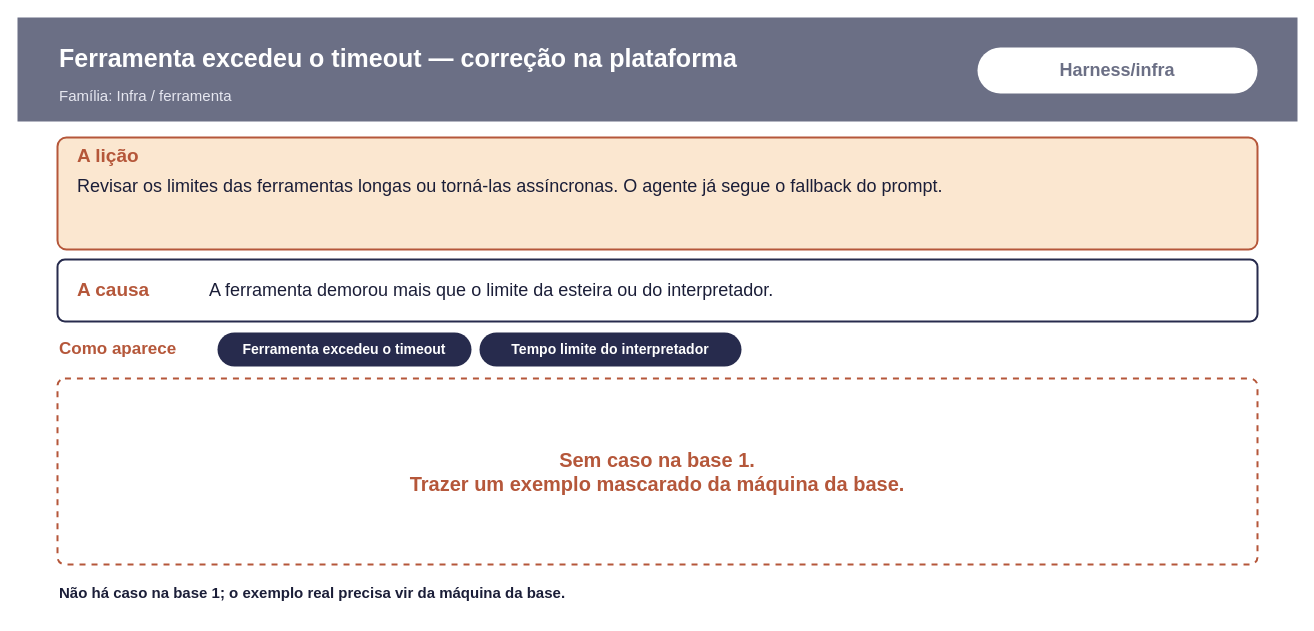
Above: page "Ferramenta excedeu o timeout" (5 of 19) of docs/sources/draw.io/anexo_fichas_unidades.drawio in rc-ventura/memory_layer_ai_agents (draw.io), before the change. Source tidied: cells renumbered, new cells numbered last; positions are measured from the earlier drawing's top-left corner, leaving out a move shared by most shapes. Both pictures are drawn from the tidied source at 100%, with x=0, y=0 at pixel (17, 17).
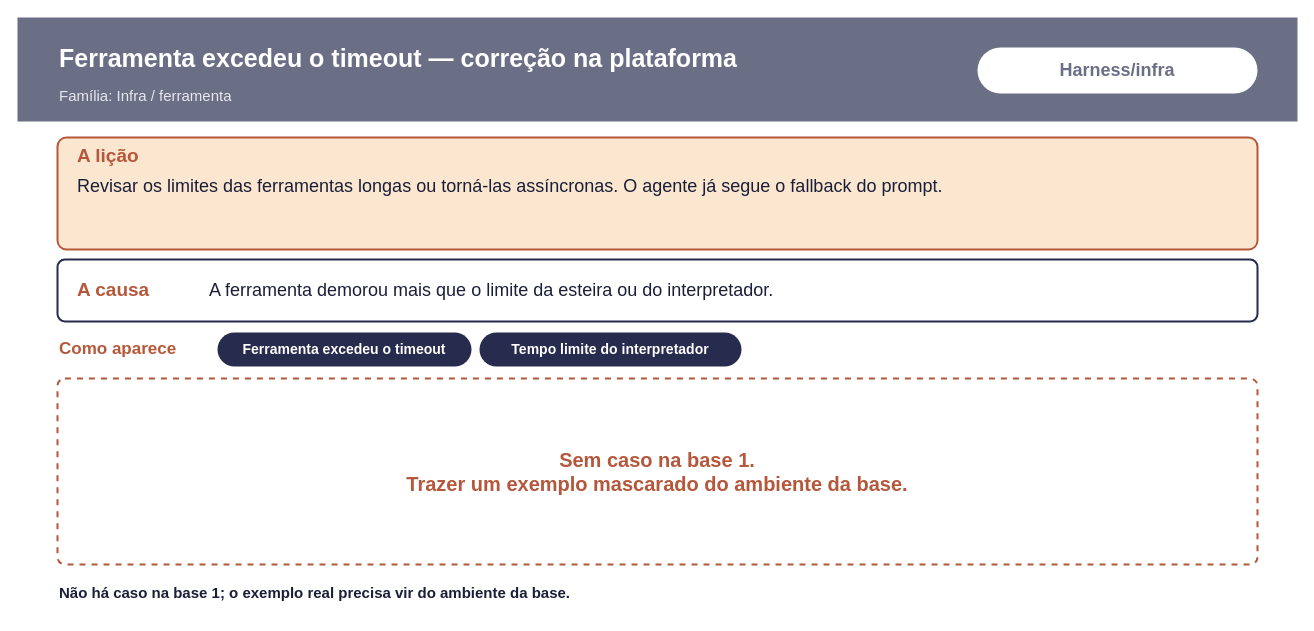
The same page after the edit.

Diff of the diagram source:
```diff
@@
 <mxGraphModel>
   <root>
     <mxCell id="0" />
     <mxCell id="1" parent="0" />
     <mxCell id="2" style="html=1;fillColor=#6B6F85;strokeColor=none;" parent="1" vertex="1">
       <mxGeometry width="1280" height="104" as="geometry" />
     </mxCell>
     <mxCell id="3" value="&lt;b&gt;Ferramenta excedeu o timeout — correção na plataforma&lt;/b&gt;" style="text;html=1;verticalAlign=middle;whiteSpace=wrap;align=left;fontSize=25;fontColor=#FFFFFF;" parent="1" vertex="1">
       <mxGeometry x="40" y="14" width="910" height="52" as="geometry" />
     </mxCell>
     <mxCell id="4" value="Família: Infra / ferramenta" style="text;html=1;verticalAlign=middle;whiteSpace=wrap;align=left;fontSize=15;fontColor=#E6E7F0;" parent="1" vertex="1">
       <mxGeometry x="40" y="64" width="880" height="28" as="geometry" />
     </mxCell>
     <mxCell id="5" value="Harness/infra" style="rounded=1;arcSize=50;whiteSpace=wrap;html=1;fillColor=#FFFFFF;strokeColor=none;fontColor=#6B6F85;fontSize=18;fontStyle=1;" parent="1" vertex="1">
       <mxGeometry x="960" y="30" width="280" height="46" as="geometry" />
     </mxCell>
     <mxCell id="6" style="rounded=1;arcSize=8;whiteSpace=wrap;html=1;fillColor=#FBE7D0;strokeColor=#B5573A;strokeWidth=2;" parent="1" vertex="1">
       <mxGeometry x="40" y="120" width="1200" height="112" as="geometry" />
     </mxCell>
     <mxCell id="7" value="&lt;b&gt;A lição&lt;/b&gt;" style="text;html=1;verticalAlign=middle;whiteSpace=wrap;align=left;fontSize=19;fontColor=#B5573A;" parent="1" vertex="1">
       <mxGeometry x="58" y="124" width="300" height="30" as="geometry" />
     </mxCell>
     <mxCell id="8" value="Revisar os limites das ferramentas longas ou torná-las assíncronas. O agente já segue o fallback do prompt." style="text;html=1;verticalAlign=top;whiteSpace=wrap;align=left;fontSize=18;fontColor=#1B1E38;" parent="1" vertex="1">
       <mxGeometry x="58" y="152" width="1164" height="76" as="geometry" />
     </mxCell>
     <mxCell id="9" style="rounded=1;arcSize=12;whiteSpace=wrap;html=1;fillColor=#FFFFFF;strokeColor=#272B4D;strokeWidth=2;" parent="1" vertex="1">
       <mxGeometry x="40" y="242" width="1200" height="62" as="geometry" />
     </mxCell>
     <mxCell id="10" value="&lt;b&gt;A causa&lt;/b&gt;" style="text;html=1;verticalAlign=middle;whiteSpace=wrap;align=left;fontSize=19;fontColor=#B5573A;" parent="1" vertex="1">
       <mxGeometry x="58" y="246" width="130" height="54" as="geometry" />
     </mxCell>
     <mxCell id="11" value="A ferramenta demorou mais que o limite da esteira ou do interpretador." style="text;html=1;verticalAlign=middle;whiteSpace=wrap;align=left;fontSize=18;fontColor=#1B1E38;" parent="1" vertex="1">
       <mxGeometry x="190" y="246" width="1040" height="54" as="geometry" />
     </mxCell>
     <mxCell id="12" value="&lt;b&gt;Como aparece&lt;/b&gt;" style="text;html=1;verticalAlign=middle;whiteSpace=wrap;align=left;fontSize=17;fontColor=#B5573A;" parent="1" vertex="1">
       <mxGeometry x="40" y="314" width="170" height="36" as="geometry" />
     </mxCell>
     <mxCell id="13" value="Ferramenta excedeu o timeout" style="rounded=1;arcSize=50;whiteSpace=wrap;html=1;fillColor=#272B4D;strokeColor=none;fontColor=#FFFFFF;fontSize=14;fontStyle=1;" parent="1" vertex="1">
       <mxGeometry x="200" y="315" width="254" height="34" as="geometry" />
     </mxCell>
     <mxCell id="14" value="Tempo limite do interpretador" style="rounded=1;arcSize=50;whiteSpace=wrap;html=1;fillColor=#272B4D;strokeColor=none;fontColor=#FFFFFF;fontSize=14;fontStyle=1;" parent="1" vertex="1">
       <mxGeometry x="462" y="315" width="262" height="34" as="geometry" />
     </mxCell>
-    <mxCell id="15" value="Sem caso na base 1.&lt;br&gt;Trazer um exemplo mascarado da máquina da base." style="rounded=1;arcSize=4;whiteSpace=wrap;html=1;fillColor=#FFFFFF;strokeColor=#B5573A;strokeWidth=2;dashed=1;fontColor=#B5573A;fontSize=20;fontStyle=1;" parent="1" vertex="1">
+    <mxCell id="15" value="Sem caso na base 1.&lt;br&gt;Trazer um exemplo mascarado do ambiente da base." style="rounded=1;arcSize=4;whiteSpace=wrap;html=1;fillColor=#FFFFFF;strokeColor=#B5573A;strokeWidth=2;dashed=1;fontColor=#B5573A;fontSize=20;fontStyle=1;" parent="1" vertex="1">
       <mxGeometry x="40" y="361" width="1200" height="186" as="geometry" />
     </mxCell>
-    <mxCell id="16" value="&lt;b&gt;Não há caso na base 1; o exemplo real precisa vir da máquina da base.&lt;/b&gt;" style="text;html=1;verticalAlign=middle;whiteSpace=wrap;align=left;fontSize=15;fontColor=#1B1E38;" parent="1" vertex="1">
+    <mxCell id="16" value="&lt;b&gt;Não há caso na base 1; o exemplo real precisa vir do ambiente da base.&lt;/b&gt;" style="text;html=1;verticalAlign=middle;whiteSpace=wrap;align=left;fontSize=15;fontColor=#1B1E38;" parent="1" vertex="1">
       <mxGeometry x="40" y="553" width="1200" height="44" as="geometry" />
     </mxCell>
   </root>
 </mxGraphModel>
```
